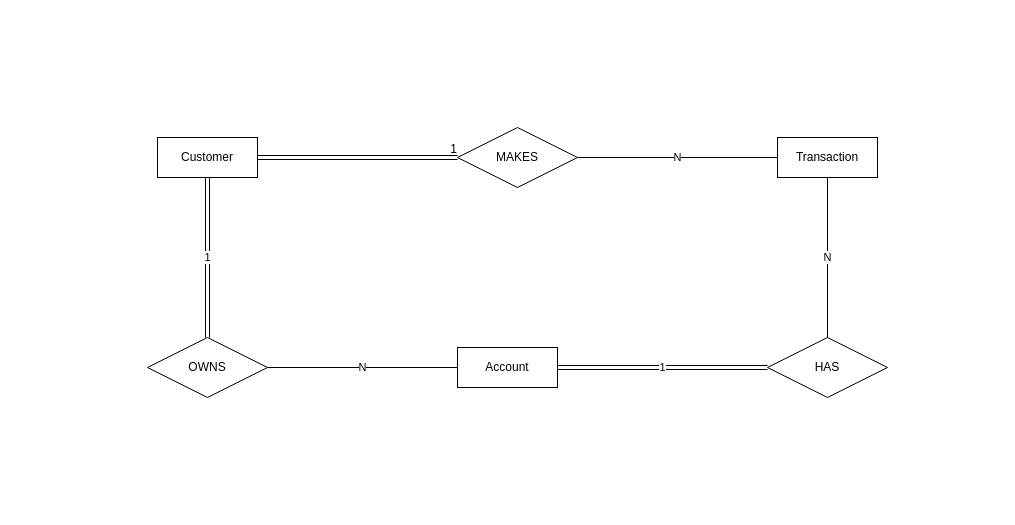
The draw.io diagram HW-3.drawio in saiaungkyawmaw/ER-diagram_DatabaseClass, before the edit. Source tidied: cells renumbered, new cells numbered last; positions are measured from the earlier drawing's top-left corner, leaving out a move shared by most shapes. Both pictures are drawn from the tidied source at 100%, with x=0, y=0 at pixel (147, 127).
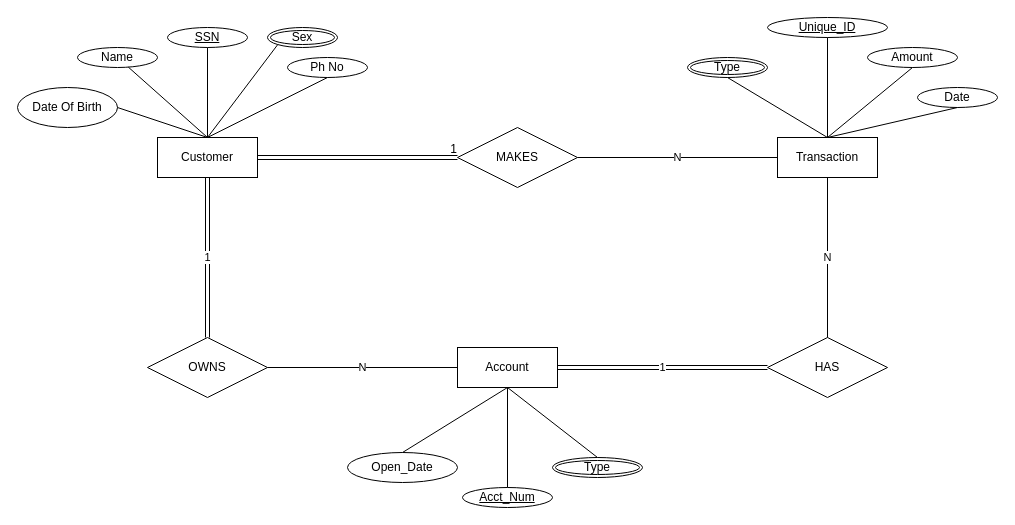
The same page after the edit.

Unchanged cells that the change refers to:
```xml
<mxCell id="2" value="Customer" style="whiteSpace=wrap;html=1;align=center;" parent="1" vertex="1">
  <mxGeometry x="10" y="10" width="100" height="40" as="geometry" />
</mxCell>
<mxCell id="3" value="Account" style="whiteSpace=wrap;html=1;align=center;" parent="1" vertex="1">
  <mxGeometry x="310" y="220" width="100" height="40" as="geometry" />
</mxCell>
<mxCell id="4" value="Transaction" style="whiteSpace=wrap;html=1;align=center;" parent="1" vertex="1">
  <mxGeometry x="630" y="10" width="100" height="40" as="geometry" />
</mxCell>
```

What changed in the source:
```diff
@@
+    <mxCell id="15" value="Acct_Num" style="ellipse;whiteSpace=wrap;html=1;align=center;fontStyle=4;" parent="1" vertex="1">
+      <mxGeometry x="315" y="360" width="90" height="20" as="geometry" />
+    </mxCell>
+    <mxCell id="16" value="Open_Date" style="ellipse;whiteSpace=wrap;html=1;align=center;" parent="1" vertex="1">
+      <mxGeometry x="200" y="325" width="110" height="30" as="geometry" />
+    </mxCell>
+    <mxCell id="17" value="Type" style="ellipse;shape=doubleEllipse;margin=3;whiteSpace=wrap;html=1;align=center;" parent="1" vertex="1">
+      <mxGeometry x="405" y="330" width="90" height="20" as="geometry" />
+    </mxCell>
+    <mxCell id="18" style="endArrow=none;html=1;rounded=0;exitX=0.5;exitY=0;exitDx=0;exitDy=0;entryX=0.5;entryY=1;entryDx=0;entryDy=0;" parent="1" edge="1" source="16" target="3">
+      <mxGeometry relative="1" as="geometry" />
+    </mxCell>
+    <mxCell id="19" style="endArrow=none;html=1;rounded=0;entryX=0.5;entryY=0;entryDx=0;entryDy=0;" parent="1" edge="1" target="15">
+      <mxGeometry relative="1" as="geometry">
+        <mxPoint x="360" y="260" as="sourcePoint" />
+      </mxGeometry>
+    </mxCell>
+    <mxCell id="20" style="endArrow=none;html=1;rounded=0;entryX=0.5;entryY=0;entryDx=0;entryDy=0;" parent="1" edge="1" target="17">
+      <mxGeometry relative="1" as="geometry">
+        <mxPoint x="360" y="260" as="sourcePoint" />
+      </mxGeometry>
+    </mxCell>
+    <mxCell id="21" value="Unique_ID" style="ellipse;whiteSpace=wrap;html=1;align=center;fontStyle=4;" parent="1" vertex="1">
+      <mxGeometry x="620" y="-110" width="120" height="20" as="geometry" />
+    </mxCell>
+    <mxCell id="22" value="Amount" style="ellipse;whiteSpace=wrap;html=1;align=center;" parent="1" vertex="1">
+      <mxGeometry x="720" y="-80" width="90" height="20" as="geometry" />
+    </mxCell>
+    <mxCell id="23" value="Date" style="ellipse;whiteSpace=wrap;html=1;align=center;" parent="1" vertex="1">
+      <mxGeometry x="770" y="-40" width="80" height="20" as="geometry" />
+    </mxCell>
+    <mxCell id="24" value="Type" style="ellipse;shape=doubleEllipse;margin=3;whiteSpace=wrap;html=1;align=center;" parent="1" vertex="1">
+      <mxGeometry x="540" y="-70" width="80" height="20" as="geometry" />
+    </mxCell>
+    <mxCell id="25" style="endArrow=none;html=1;rounded=0;exitX=0.5;exitY=1;exitDx=0;exitDy=0;entryX=0.5;entryY=0;entryDx=0;entryDy=0;" parent="1" edge="1" source="24" target="4">
+      <mxGeometry relative="1" as="geometry" />
+    </mxCell>
+    <mxCell id="26" style="endArrow=none;html=1;rounded=0;exitX=0.5;exitY=1;exitDx=0;exitDy=0;" parent="1" edge="1" source="21">
+      <mxGeometry relative="1" as="geometry">
+        <mxPoint x="680" y="10" as="targetPoint" />
+      </mxGeometry>
+    </mxCell>
+    <mxCell id="27" style="endArrow=none;html=1;rounded=0;entryX=0.5;entryY=1;entryDx=0;entryDy=0;" parent="1" edge="1" target="22">
+      <mxGeometry relative="1" as="geometry">
+        <mxPoint x="680" y="10" as="sourcePoint" />
+      </mxGeometry>
+    </mxCell>
+    <mxCell id="28" style="endArrow=none;html=1;rounded=0;entryX=0.5;entryY=1;entryDx=0;entryDy=0;exitX=0.5;exitY=0;exitDx=0;exitDy=0;" parent="1" edge="1" source="4" target="23">
+      <mxGeometry relative="1" as="geometry" />
+    </mxCell>
+    <mxCell id="29" value="SSN" style="ellipse;whiteSpace=wrap;html=1;align=center;fontStyle=4;" parent="1" vertex="1">
+      <mxGeometry x="20" y="-100" width="80" height="20" as="geometry" />
+    </mxCell>
+    <mxCell id="30" value="Name" style="ellipse;whiteSpace=wrap;html=1;align=center;" parent="1" vertex="1">
+      <mxGeometry x="-70" y="-80" width="80" height="20" as="geometry" />
+    </mxCell>
+    <mxCell id="31" value="Sex" style="ellipse;shape=doubleEllipse;margin=3;whiteSpace=wrap;html=1;align=center;" parent="1" vertex="1">
+      <mxGeometry x="120" y="-100" width="70" height="20" as="geometry" />
+    </mxCell>
+    <mxCell id="32" value="Ph No" style="ellipse;whiteSpace=wrap;html=1;align=center;" parent="1" vertex="1">
+      <mxGeometry x="140" y="-70" width="80" height="20" as="geometry" />
+    </mxCell>
+    <mxCell id="33" value="Date Of Birth" style="ellipse;whiteSpace=wrap;html=1;align=center;" parent="1" vertex="1">
+      <mxGeometry x="-130" y="-40" width="100" height="40" as="geometry" />
+    </mxCell>
+    <mxCell id="34" style="endArrow=none;html=1;rounded=0;exitX=1;exitY=0.5;exitDx=0;exitDy=0;entryX=0.5;entryY=0;entryDx=0;entryDy=0;" parent="1" edge="1" source="33" target="2">
+      <mxGeometry relative="1" as="geometry" />
+    </mxCell>
+    <mxCell id="35" style="endArrow=none;html=1;rounded=0;entryX=0.5;entryY=0;entryDx=0;entryDy=0;" parent="1" edge="1" source="30" target="2">
+      <mxGeometry relative="1" as="geometry" />
+    </mxCell>
+    <mxCell id="36" style="endArrow=none;html=1;rounded=0;exitX=0.5;exitY=1;exitDx=0;exitDy=0;entryX=0.5;entryY=0;entryDx=0;entryDy=0;" parent="1" edge="1" source="29" target="2">
+      <mxGeometry relative="1" as="geometry" />
+    </mxCell>
+    <mxCell id="37" style="endArrow=none;html=1;rounded=0;entryX=0;entryY=1;entryDx=0;entryDy=0;" parent="1" edge="1" target="31">
+      <mxGeometry relative="1" as="geometry">
+        <mxPoint x="60" y="10" as="sourcePoint" />
+      </mxGeometry>
+    </mxCell>
+    <mxCell id="38" style="endArrow=none;html=1;rounded=0;entryX=0.5;entryY=1;entryDx=0;entryDy=0;" parent="1" edge="1" target="32">
+      <mxGeometry relative="1" as="geometry">
+        <mxPoint x="60" y="10" as="sourcePoint" />
+      </mxGeometry>
+    </mxCell>
```
